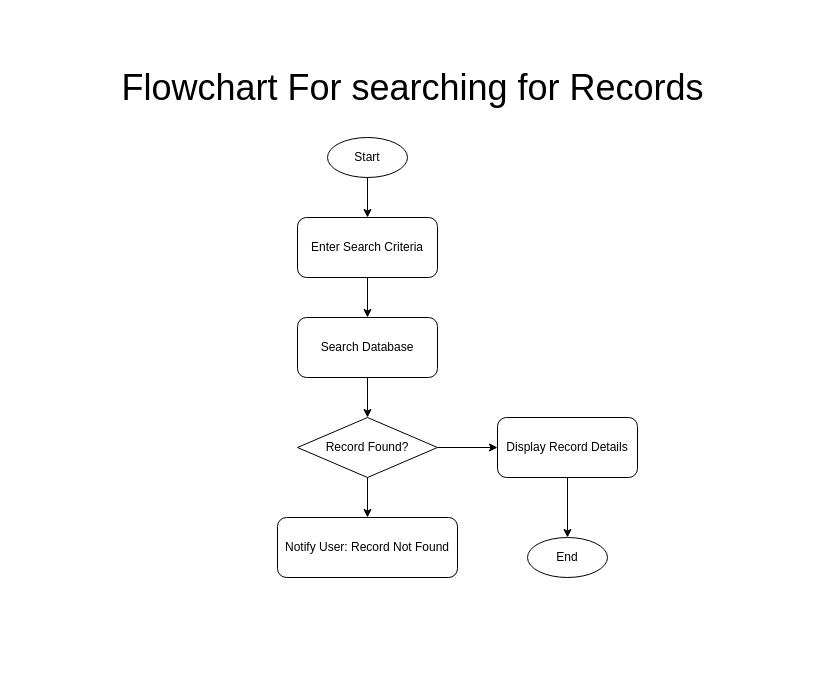
Earlier version of the draw.io diagram flowchart4.drawio (brabentil/database_diagrams). Source tidied: cells renumbered, new cells numbered last; positions are measured from the earlier drawing's top-left corner, leaving out a move shared by most shapes. Both pictures are drawn from the tidied source at 100%, with x=0, y=0 at pixel (107, 57).
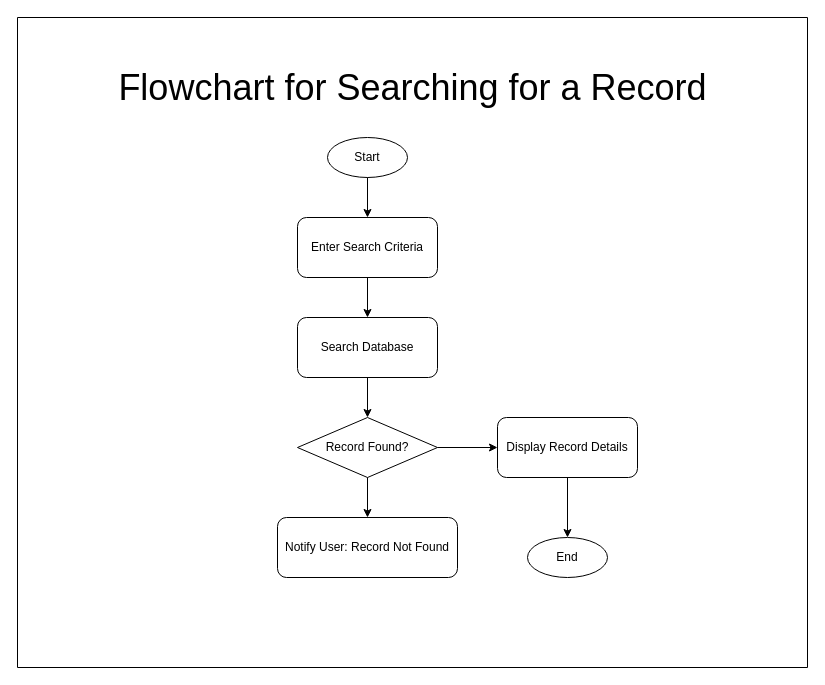
After the change.

Change to the diagram source:
```diff
@@
 <mxGraphModel>
   <root>
     <mxCell id="0" />
     <mxCell id="1" parent="0" />
     <mxCell id="2" value="Start" style="ellipse;whiteSpace=wrap;html=1;" parent="1" vertex="1">
       <mxGeometry x="220" y="80" width="80" height="40" as="geometry" />
     </mxCell>
     <mxCell id="3" value="Enter Search Criteria" style="rounded=1;whiteSpace=wrap;html=1;" parent="1" vertex="1">
       <mxGeometry x="190" y="160" width="140" height="60" as="geometry" />
     </mxCell>
     <mxCell id="4" value="Search Database" style="rounded=1;whiteSpace=wrap;html=1;" parent="1" vertex="1">
       <mxGeometry x="190" y="260" width="140" height="60" as="geometry" />
     </mxCell>
     <mxCell id="5" value="Record Found?" style="rhombus;whiteSpace=wrap;html=1;" parent="1" vertex="1">
       <mxGeometry x="190" y="360" width="140" height="60" as="geometry" />
     </mxCell>
     <mxCell id="6" value="Display Record Details" style="rounded=1;whiteSpace=wrap;html=1;" parent="1" vertex="1">
       <mxGeometry x="390" y="360" width="140" height="60" as="geometry" />
     </mxCell>
     <mxCell id="7" value="Notify User: Record Not Found" style="rounded=1;whiteSpace=wrap;html=1;" parent="1" vertex="1">
       <mxGeometry x="170" y="460" width="180" height="60" as="geometry" />
     </mxCell>
     <mxCell id="8" value="End" style="ellipse;whiteSpace=wrap;html=1;" parent="1" vertex="1">
       <mxGeometry x="420" y="480" width="80" height="40" as="geometry" />
     </mxCell>
     <mxCell id="9" parent="1" edge="1" source="2" target="3">
       <mxGeometry relative="1" as="geometry" />
     </mxCell>
     <mxCell id="10" parent="1" edge="1" source="3" target="4">
       <mxGeometry relative="1" as="geometry" />
     </mxCell>
     <mxCell id="11" parent="1" edge="1" source="4" target="5">
       <mxGeometry relative="1" as="geometry" />
     </mxCell>
     <mxCell id="12" parent="1" edge="1" source="5" target="6">
       <mxGeometry relative="1" as="geometry" />
     </mxCell>
     <mxCell id="13" parent="1" edge="1" source="6" target="8">
       <mxGeometry relative="1" as="geometry" />
     </mxCell>
     <mxCell id="14" parent="1" edge="1" source="5" target="7">
       <mxGeometry relative="1" as="geometry" />
     </mxCell>
-    <mxCell id="15" value="&lt;font style=&quot;font-size: 36px;&quot;&gt;Flowchart For searching for Records&lt;/font&gt;" style="text;html=1;align=center;verticalAlign=middle;strokeColor=none;fillColor=none;" parent="1" vertex="1">
+    <mxCell id="15" value="&lt;font style=&quot;font-size: 36px;&quot;&gt;Flowchart for Searching for a Record&lt;/font&gt;" style="text;html=1;align=center;verticalAlign=middle;strokeColor=none;fillColor=none;" parent="1" vertex="1">
       <mxGeometry width="610" height="60" as="geometry" />
     </mxCell>
+    <mxCell id="16" style="swimlane;startSize=0;" parent="1" vertex="1">
+      <mxGeometry x="-90" y="-40" width="790" height="650" as="geometry" />
+    </mxCell>
   </root>
 </mxGraphModel>
```
